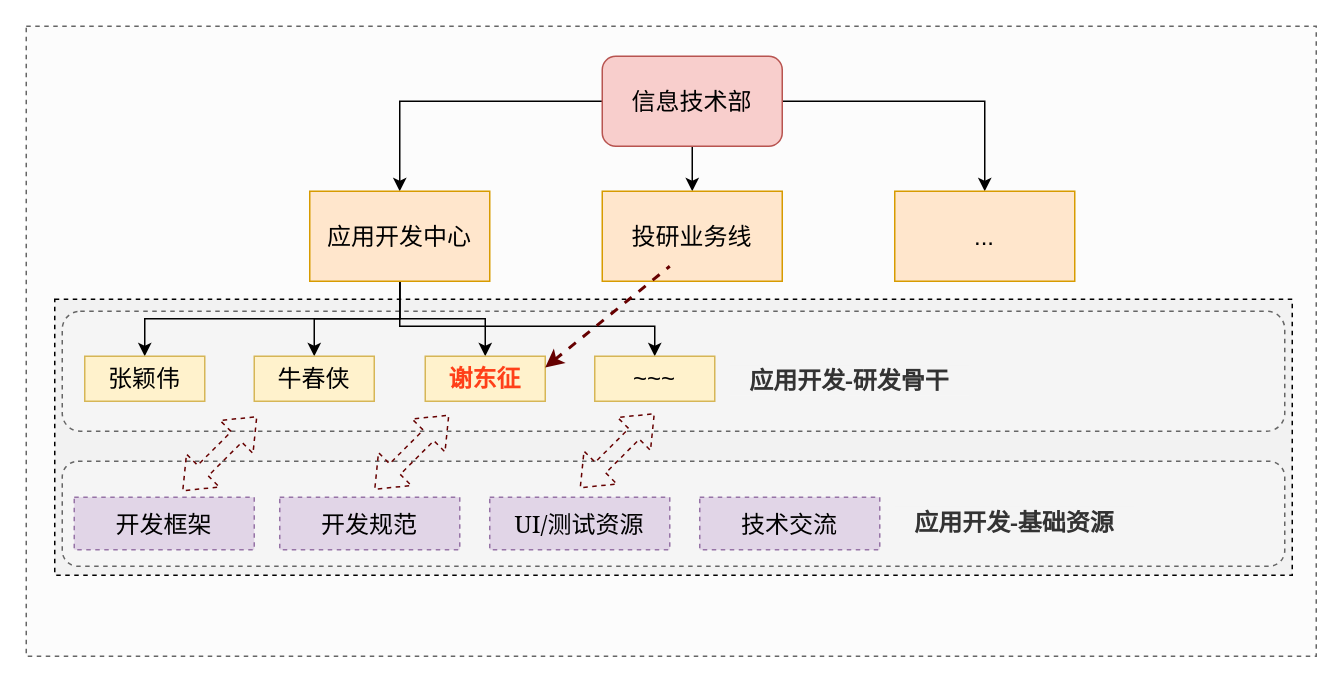
1411057244/diagrams keeps this draw.io diagram as Untitled Diagram.drawio. Above is the earlier version. Source tidied: cells renumbered, new cells numbered last; positions are measured from the earlier drawing's top-left corner, leaving out a move shared by most shapes. Both pictures are drawn from the tidied source at 150%, with x=0, y=0 at pixel (26, 26).
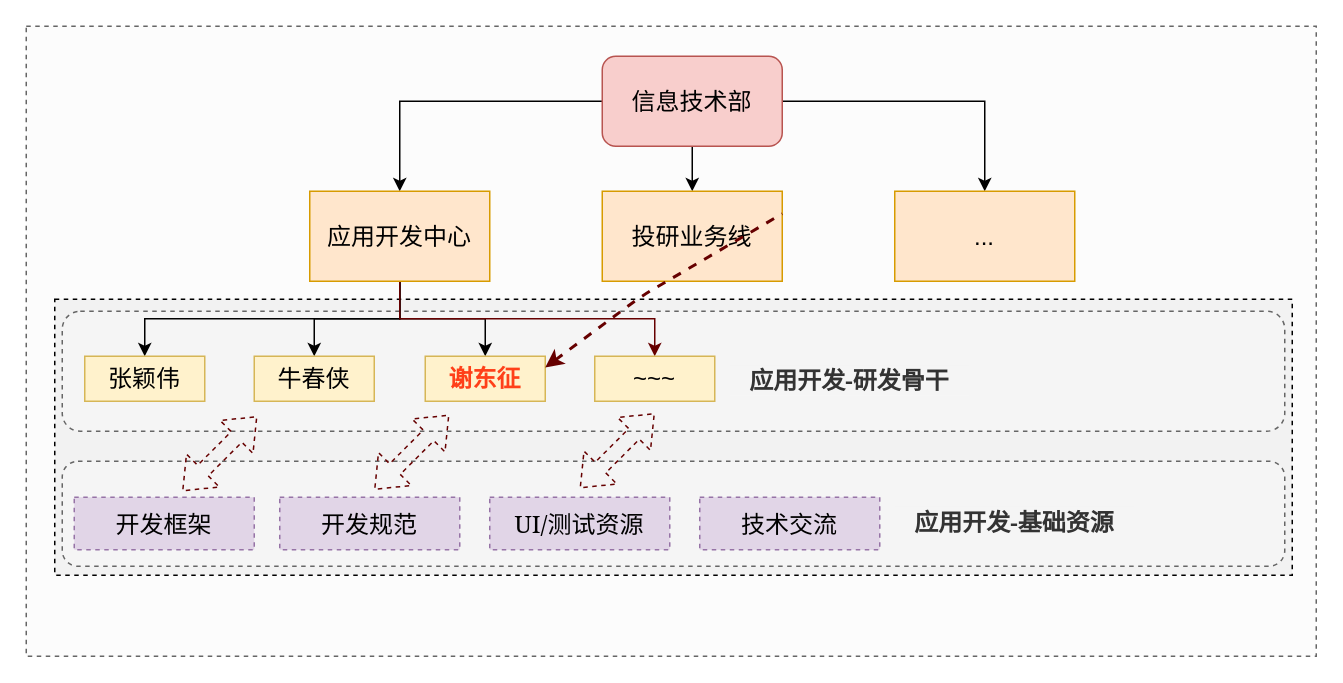
The same diagram, later.

Unchanged cells that the change refers to:
```xml
<mxCell id="13" value="应用开发中心" style="rounded=0;whiteSpace=wrap;html=1;fillColor=#ffe6cc;strokeColor=#d79b00;fontSize=16;" parent="1" vertex="1">
  <mxGeometry x="189" y="110" width="120" height="60" as="geometry" />
</mxCell>
<mxCell id="14" value="投研业务线" style="rounded=0;whiteSpace=wrap;html=1;fillColor=#ffe6cc;strokeColor=#d79b00;fontSize=16;" parent="1" vertex="1">
  <mxGeometry x="384" y="110" width="120" height="60" as="geometry" />
</mxCell>
<mxCell id="18" value="谢东征" style="rounded=0;whiteSpace=wrap;html=1;fontSize=16;fillColor=#fff2cc;strokeColor=#d6b656;fontColor=#FF4019;fontStyle=1;" parent="1" vertex="1">
  <mxGeometry x="266" y="220" width="80" height="30" as="geometry" />
</mxCell>
<mxCell id="20" value="~~~" style="rounded=0;whiteSpace=wrap;html=1;fontSize=16;fillColor=#fff2cc;strokeColor=#d6b656;" parent="1" vertex="1">
  <mxGeometry x="379" y="220" width="80" height="30" as="geometry" />
</mxCell>
```

Diff of the diagram source:
```diff
@@
-    <mxCell id="12" style="edgeStyle=orthogonalEdgeStyle;rounded=0;jettySize=auto;html=1;startArrow=none;startFill=0;strokeWidth=1;fontSize=16;" parent="1" edge="1" source="13" target="20">
+    <mxCell id="12" style="edgeStyle=orthogonalEdgeStyle;rounded=0;orthogonalLoop=1;jettySize=auto;html=1;startArrow=none;startFill=0;strokeWidth=1;fontSize=16;" parent="1" edge="1">
       <mxGeometry relative="1" as="geometry">
+        <mxPoint x="249" y="290" as="sourcePoint" />
+        <mxPoint x="419" y="340" as="targetPoint" />
         <Array as="points">
-          <mxPoint x="249" y="200" />
-          <mxPoint x="419" y="200" />
+          <mxPoint x="249" y="320" />
+          <mxPoint x="419" y="320" />
         </Array>
       </mxGeometry>
     </mxCell>
+    <mxCell id="31" style="edgeStyle=orthogonalEdgeStyle;rounded=0;jettySize=auto;html=1;entryX=0.5;entryY=0;entryDx=0;entryDy=0;startArrow=none;startFill=0;strokeColor=#660000;strokeWidth=1;fontFamily=Georgia;fontSize=16;fontColor=#FF4019;exitX=0.5;exitY=1;exitDx=0;exitDy=0;" parent="1" edge="1" source="13" target="20">
+      <mxGeometry relative="1" as="geometry" />
+    </mxCell>
@@
-    <mxCell id="19" style="endArrow=none;dashed=1;html=1;strokeWidth=2;fontSize=16;startArrow=classic;startFill=1;exitX=1;exitY=0.25;exitDx=0;exitDy=0;strokeColor=#660000;" parent="1" edge="1" source="18">
-      <mxGeometry relative="1" as="geometry">
-        <mxPoint x="429" y="160" as="targetPoint" />
-      </mxGeometry>
-    </mxCell>
@@
+    <mxCell id="32" style="endArrow=none;dashed=1;html=1;strokeWidth=2;fontSize=16;startArrow=classic;startFill=1;exitX=1;exitY=0.25;exitDx=0;exitDy=0;strokeColor=#660000;entryX=1;entryY=0.25;entryDx=0;entryDy=0;" parent="1" edge="1" target="14">
+      <mxGeometry relative="1" as="geometry">
+        <mxPoint x="346" y="227.5" as="sourcePoint" />
+        <Array as="points">
+          <mxPoint x="410" y="180" />
+        </Array>
+      </mxGeometry>
+    </mxCell>
```
